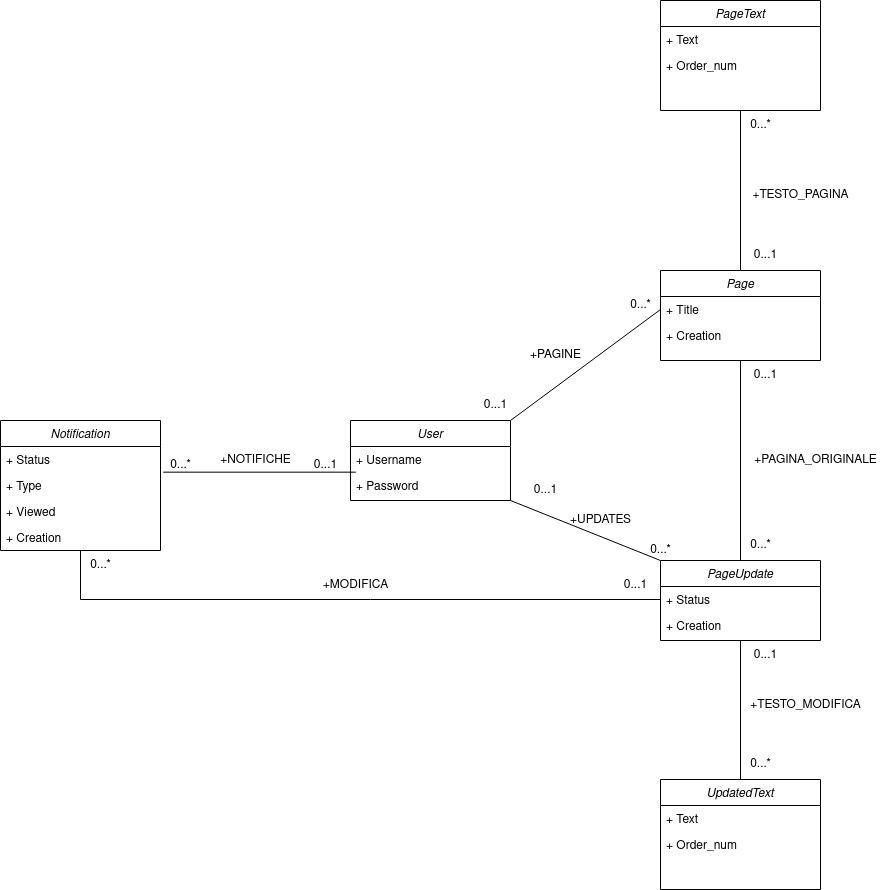
Polliog/Progetto-OOBD keeps this draw.io diagram as documentazione/BD/UML_NONRISTRUTTURATO.drawio.png. Above is the earlier version. Source tidied: cells renumbered, new cells last; positions are measured from the earlier drawing's top-left corner, leaving out a move shared by most shapes.
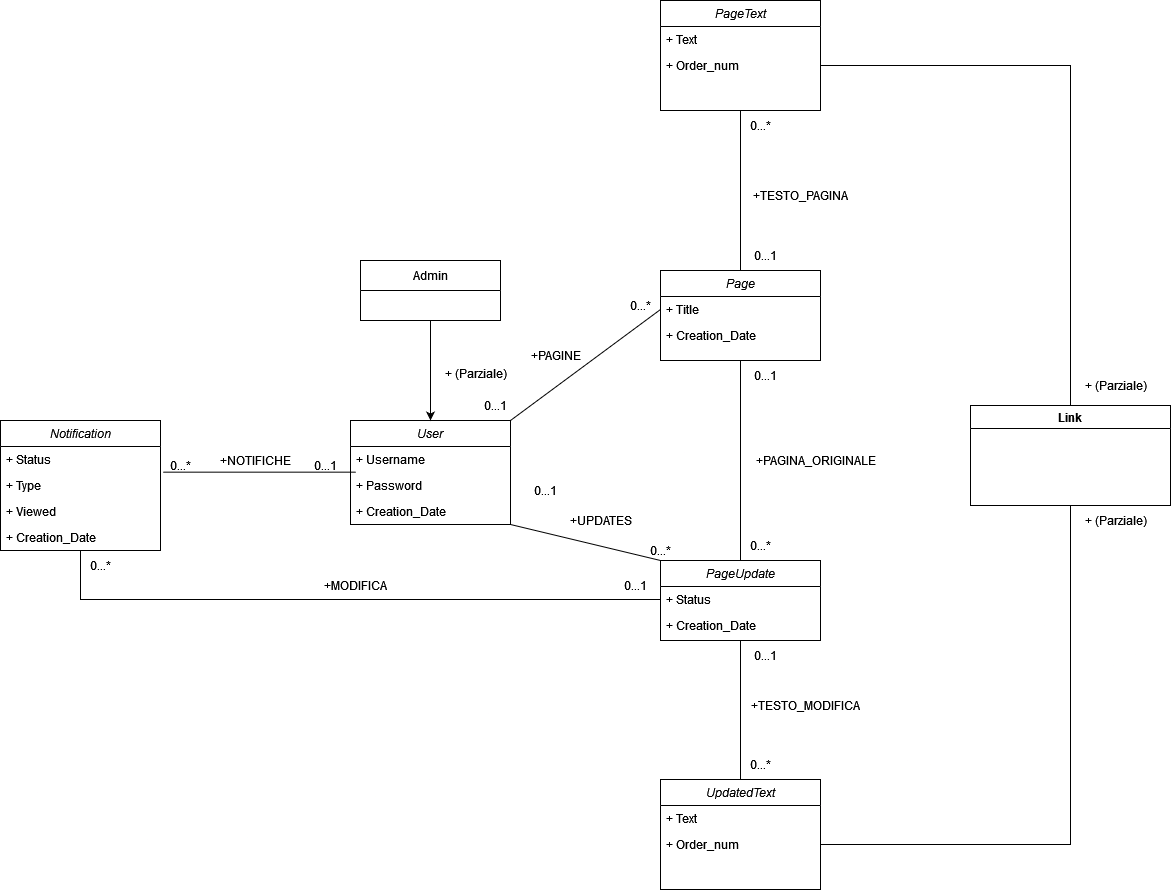
Later version of the same file.

Diff of the diagram source:
```diff
@@ -3,7 +3,7 @@
     <mxCell id="0" />
     <mxCell id="1" parent="0" />
     <mxCell id="2" value="User" style="swimlane;fontStyle=2;align=center;verticalAlign=top;horizontal=1;startSize=26;rounded=0;shadow=0;strokeWidth=1;" parent="1" vertex="1">
-      <mxGeometry x="350" y="420" width="160" height="80" as="geometry" />
+      <mxGeometry x="350" y="420" width="160" height="104" as="geometry" />
     </mxCell>
     <mxCell id="3" value="+ Username" style="text;align=left;verticalAlign=top;spacingLeft=4;spacingRight=4;overflow=hidden;" parent="2" vertex="1">
       <mxGeometry y="26" width="160" height="26" as="geometry" />
@@ -11,13 +11,16 @@
     <mxCell id="4" value="+ Password" style="text;align=left;verticalAlign=top;spacingLeft=4;spacingRight=4;overflow=hidden;points=[[0,0.5],[1,0.5]];portConstraint=eastwest;rounded=0;shadow=0;html=0;" parent="2" vertex="1">
       <mxGeometry y="52" width="160" height="26" as="geometry" />
     </mxCell>
+    <mxCell id="50" value="+ Creation_Date" style="text;align=left;verticalAlign=top;spacingLeft=4;spacingRight=4;overflow=hidden;rounded=0;shadow=0;html=0;" parent="2" vertex="1">
+      <mxGeometry y="78" width="160" height="26" as="geometry" />
+    </mxCell>
     <mxCell id="5" value="Page" style="swimlane;fontStyle=2;align=center;verticalAlign=top;horizontal=1;startSize=26;rounded=0;shadow=0;strokeWidth=1;" parent="1" vertex="1">
       <mxGeometry x="660" y="270" width="160" height="90" as="geometry" />
     </mxCell>
     <mxCell id="6" value="+ Title" style="text;align=left;verticalAlign=top;spacingLeft=4;spacingRight=4;overflow=hidden;points=[[0,0.5],[1,0.5]];portConstraint=eastwest;" parent="5" vertex="1">
       <mxGeometry y="26" width="160" height="26" as="geometry" />
     </mxCell>
-    <mxCell id="7" value="+ Creation" style="text;align=left;verticalAlign=top;spacingLeft=4;spacingRight=4;overflow=hidden;rounded=0;shadow=0;html=0;" parent="5" vertex="1">
+    <mxCell id="7" value="+ Creation_Date" style="text;align=left;verticalAlign=top;spacingLeft=4;spacingRight=4;overflow=hidden;rounded=0;shadow=0;html=0;" parent="5" vertex="1">
       <mxGeometry y="52" width="160" height="26" as="geometry" />
     </mxCell>
     <mxCell id="8" value="PageText" style="swimlane;fontStyle=2;align=center;verticalAlign=top;horizontal=1;startSize=26;rounded=0;shadow=0;strokeWidth=1;" parent="1" vertex="1">
@@ -35,7 +38,7 @@
     <mxCell id="12" value="+ Status" style="text;align=left;verticalAlign=top;spacingLeft=4;spacingRight=4;overflow=hidden;points=[[0,0.5],[1,0.5]];portConstraint=eastwest;" parent="11" vertex="1">
       <mxGeometry y="26" width="160" height="26" as="geometry" />
     </mxCell>
-    <mxCell id="13" value="+ Creation" style="text;align=left;verticalAlign=top;spacingLeft=4;spacingRight=4;overflow=hidden;rounded=0;shadow=0;html=0;" parent="11" vertex="1">
+    <mxCell id="13" value="+ Creation_Date" style="text;align=left;verticalAlign=top;spacingLeft=4;spacingRight=4;overflow=hidden;rounded=0;shadow=0;html=0;" parent="11" vertex="1">
       <mxGeometry y="52" width="160" height="26" as="geometry" />
     </mxCell>
     <mxCell id="14" value="UpdatedText" style="swimlane;fontStyle=2;align=center;verticalAlign=top;horizontal=1;startSize=26;rounded=0;shadow=0;strokeWidth=1;" parent="1" vertex="1">
@@ -59,7 +62,7 @@
     <mxCell id="20" value="+ Viewed" style="text;align=left;verticalAlign=top;spacingLeft=4;spacingRight=4;overflow=hidden;rounded=0;shadow=0;html=0;" parent="17" vertex="1">
       <mxGeometry y="78" width="160" height="26" as="geometry" />
     </mxCell>
-    <mxCell id="21" value="+ Creation" style="text;align=left;verticalAlign=top;spacingLeft=4;spacingRight=4;overflow=hidden;rounded=0;shadow=0;html=0;" parent="17" vertex="1">
+    <mxCell id="21" value="+ Creation_Date" style="text;align=left;verticalAlign=top;spacingLeft=4;spacingRight=4;overflow=hidden;rounded=0;shadow=0;html=0;" parent="17" vertex="1">
       <mxGeometry y="104" width="160" height="26" as="geometry" />
     </mxCell>
     <mxCell id="22" style="endArrow=none;html=1;rounded=0;exitX=1;exitY=0;exitDx=0;exitDy=0;entryX=0;entryY=0.5;entryDx=0;entryDy=0;" parent="1" edge="1" source="2" target="6">
@@ -152,5 +155,37 @@
     <mxCell id="49" value="+PAGINA_ORIGINALE" style="text;html=1;align=center;verticalAlign=middle;strokeColor=none;fillColor=none;" parent="1" vertex="1">
       <mxGeometry x="740" y="445" width="150" height="30" as="geometry" />
     </mxCell>
+    <mxCell id="51" style="edgeStyle=orthogonalEdgeStyle;rounded=0;jettySize=auto;html=1;exitX=0.5;exitY=1;exitDx=0;exitDy=0;entryX=0.5;entryY=0;entryDx=0;entryDy=0;" parent="1" edge="1" source="52" target="2">
+      <mxGeometry relative="1" as="geometry" />
+    </mxCell>
+    <mxCell id="52" value="Admin" style="swimlane;fontStyle=0;horizontal=1;startSize=30;whiteSpace=wrap;html=1;" parent="1" vertex="1">
+      <mxGeometry x="360" y="260" width="140" height="60" as="geometry" />
+    </mxCell>
+    <mxCell id="53" value="+ (Parziale)" style="text;html=1;align=center;verticalAlign=middle;strokeColor=none;fillColor=none;" parent="1" vertex="1">
+      <mxGeometry x="430" y="358" width="90" height="30" as="geometry" />
+    </mxCell>
+    <mxCell id="54" value="Link" style="swimlane;whiteSpace=wrap;html=1;" parent="1" vertex="1">
+      <mxGeometry x="970" y="405" width="200" height="100" as="geometry" />
+    </mxCell>
+    <mxCell id="55" value="+ (Parziale)" style="text;html=1;align=center;verticalAlign=middle;strokeColor=none;fillColor=none;" parent="54" vertex="1">
+      <mxGeometry x="100" y="-35" width="90" height="30" as="geometry" />
+    </mxCell>
+    <mxCell id="56" style="endArrow=none;html=1;rounded=0;entryX=1;entryY=0.5;entryDx=0;entryDy=0;exitX=0.5;exitY=0;exitDx=0;exitDy=0;" parent="1" edge="1" source="54" target="10">
+      <mxGeometry relative="1" as="geometry">
+        <Array as="points">
+          <mxPoint x="1070" y="65" />
+        </Array>
+      </mxGeometry>
+    </mxCell>
+    <mxCell id="57" style="endArrow=none;html=1;rounded=0;entryX=0.5;entryY=1;entryDx=0;entryDy=0;exitX=1;exitY=0.5;exitDx=0;exitDy=0;" parent="1" edge="1" source="16" target="54">
+      <mxGeometry relative="1" as="geometry">
+        <Array as="points">
+          <mxPoint x="1070" y="844" />
+        </Array>
+      </mxGeometry>
+    </mxCell>
+    <mxCell id="58" value="+ (Parziale)" style="text;html=1;align=center;verticalAlign=middle;strokeColor=none;fillColor=none;" parent="1" vertex="1">
+      <mxGeometry x="1070" y="505" width="90" height="30" as="geometry" />
+    </mxCell>
   </root>
 </mxGraphModel>
```
